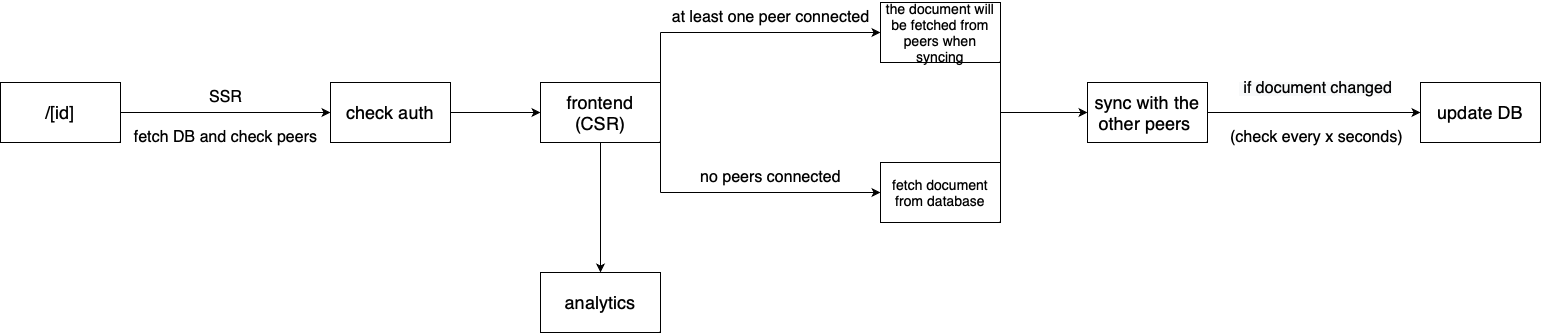
Above: assets/bytecrowds.drawio.png in Bytecrowds/bytecrowds (draw.io), before the change. Source tidied: cells renumbered, new cells last; positions are measured from the earlier drawing's top-left corner, leaving out a move shared by most shapes.
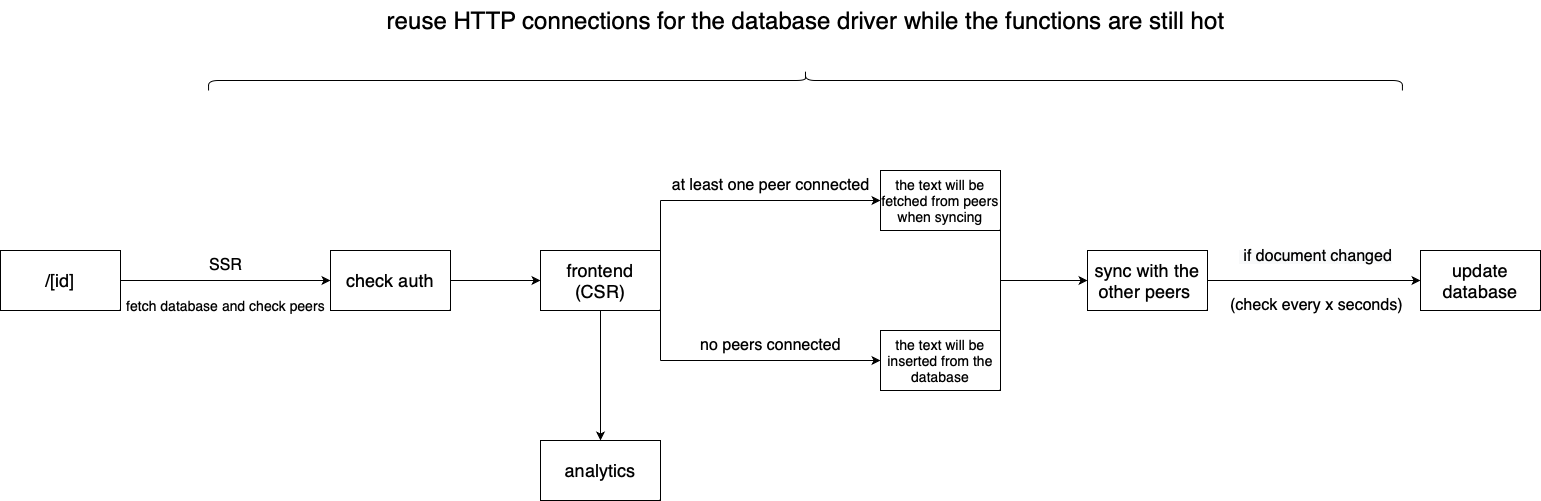
After the commit.

The edit, as a diff of the source:
```diff
@@ -14,8 +14,8 @@
     <mxCell id="5" value="&lt;font style=&quot;font-size: 16px;&quot;&gt;SSR&lt;/font&gt;" style="text;html=1;align=center;verticalAlign=middle;strokeColor=none;fillColor=none;" parent="1" vertex="1">
       <mxGeometry x="195" y="80" width="60" height="30" as="geometry" />
     </mxCell>
-    <mxCell id="6" value="&lt;font style=&quot;font-size: 16px;&quot;&gt;fetch DB and check peers&lt;/font&gt;" style="text;html=1;align=center;verticalAlign=middle;strokeColor=none;fillColor=none;" parent="1" vertex="1">
-      <mxGeometry x="120" y="120" width="210" height="30" as="geometry" />
+    <mxCell id="6" value="&lt;font style=&quot;font-size: 14px;&quot;&gt;fetch database and check peers&lt;/font&gt;" style="text;html=1;align=center;verticalAlign=middle;strokeColor=none;fillColor=none;" parent="1" vertex="1">
+      <mxGeometry x="115" y="120" width="220" height="30" as="geometry" />
     </mxCell>
     <mxCell id="7" value="&lt;font style=&quot;font-size: 16px;&quot;&gt;at least one peer connected&lt;/font&gt;" style="text;html=1;align=center;verticalAlign=middle;strokeColor=none;fillColor=none;fontSize=12;" parent="1" vertex="1">
       <mxGeometry x="660" width="220" height="30" as="geometry" />
@@ -39,7 +39,7 @@
         <mxPoint x="660" y="190" as="sourcePoint" />
       </mxGeometry>
     </mxCell>
-    <mxCell id="12" value="&lt;font style=&quot;font-size: 14px;&quot;&gt;fetch document from database&lt;/font&gt;" style="rounded=0;whiteSpace=wrap;html=1;" parent="1" vertex="1">
+    <mxCell id="12" value="&lt;font style=&quot;font-size: 14px;&quot;&gt;the text will be inserted from the database&lt;/font&gt;" style="rounded=0;whiteSpace=wrap;html=1;" parent="1" vertex="1">
       <mxGeometry x="880" y="160" width="120" height="60" as="geometry" />
     </mxCell>
     <mxCell id="13" value="&lt;font style=&quot;font-size: 16px;&quot;&gt;no peers connected&lt;/font&gt;" style="text;html=1;align=center;verticalAlign=middle;strokeColor=none;fillColor=none;fontSize=12;" parent="1" vertex="1">
@@ -56,7 +56,7 @@
         <mxPoint x="660" y="30" as="sourcePoint" />
       </mxGeometry>
     </mxCell>
-    <mxCell id="16" value="&lt;font style=&quot;font-size: 14px;&quot;&gt;the document will be fetched from peers when syncing&lt;/font&gt;" style="rounded=0;whiteSpace=wrap;html=1;fontSize=12;" parent="1" vertex="1">
+    <mxCell id="16" value="&lt;font style=&quot;font-size: 14px;&quot;&gt;the text will be fetched from peers when syncing&lt;/font&gt;" style="rounded=0;whiteSpace=wrap;html=1;fontSize=12;" parent="1" vertex="1">
       <mxGeometry x="880" width="120" height="60" as="geometry" />
     </mxCell>
     <mxCell id="17" style="endArrow=none;html=1;rounded=0;fontSize=12;entryX=1;entryY=1;entryDx=0;entryDy=0;exitX=1;exitY=0;exitDx=0;exitDy=0;" parent="1" edge="1" source="12" target="16">
@@ -73,7 +73,7 @@
         <mxPoint x="1420" y="110" as="targetPoint" />
       </mxGeometry>
     </mxCell>
-    <mxCell id="21" value="&lt;font style=&quot;font-size: 18px;&quot;&gt;update DB&lt;/font&gt;" style="rounded=0;whiteSpace=wrap;html=1;" parent="1" vertex="1">
+    <mxCell id="21" value="&lt;font style=&quot;font-size: 18px;&quot;&gt;update database&lt;/font&gt;" style="rounded=0;whiteSpace=wrap;html=1;" parent="1" vertex="1">
       <mxGeometry x="1420" y="80" width="120" height="60" as="geometry" />
     </mxCell>
     <mxCell id="22" value="&lt;font style=&quot;font-size: 18px;&quot;&gt;check auth&lt;/font&gt;" style="rounded=0;whiteSpace=wrap;html=1;" parent="1" vertex="1">
@@ -94,5 +94,11 @@
     <mxCell id="26" value="&lt;font style=&quot;font-size: 18px;&quot;&gt;analytics&lt;/font&gt;" style="rounded=0;whiteSpace=wrap;html=1;" parent="1" vertex="1">
       <mxGeometry x="540" y="270" width="120" height="60" as="geometry" />
     </mxCell>
+    <mxCell id="27" style="shape=curlyBracket;whiteSpace=wrap;html=1;rounded=1;labelPosition=left;verticalLabelPosition=middle;align=right;verticalAlign=middle;direction=south;" parent="1" vertex="1">
+      <mxGeometry x="208.1" y="-100" width="1193.9" height="20" as="geometry" />
+    </mxCell>
+    <mxCell id="28" value="&lt;font style=&quot;font-size: 24px;&quot;&gt;reuse HTTP connections for the database driver while the functions are still hot&lt;/font&gt;" style="text;html=1;align=center;verticalAlign=middle;strokeColor=none;fillColor=none;strokeWidth=10;" parent="1" vertex="1">
+      <mxGeometry x="375" y="-170" width="860" height="40" as="geometry" />
+    </mxCell>
   </root>
 </mxGraphModel>
```
